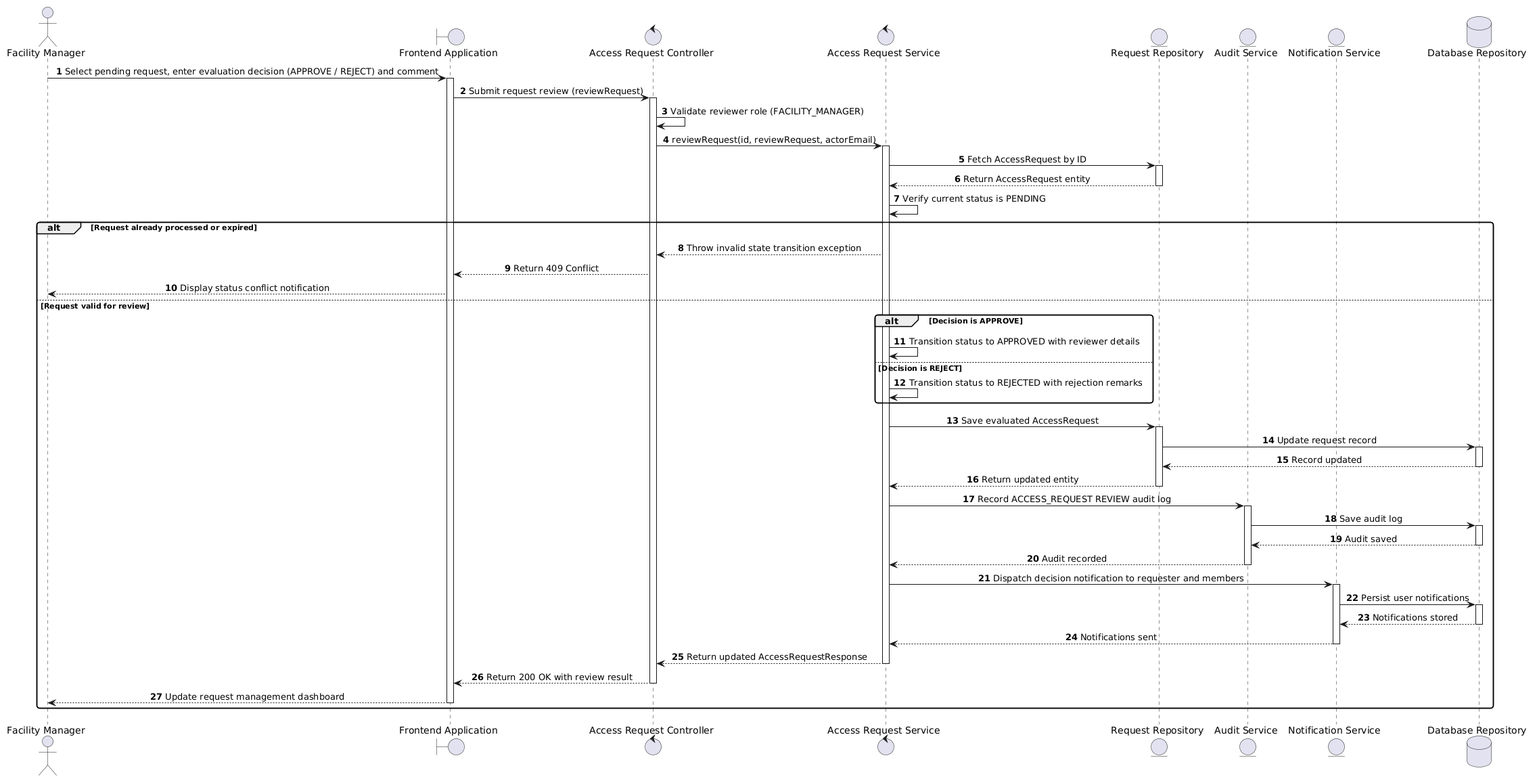
Above: docs/diagrams/seq_3.7.2.png in AnhHao2505/AI-Based-Intelligent-Campus-Security-Surveillance-System (PlantUML), before the change. Source of this version:
```plantuml
@startuml
skinparam shadowing false
skinparam monochrome false
skinparam roundcorner 8
skinparam defaultFontName Arial
skinparam sequenceMessageAlign center

autonumber

actor "Facility Manager" as FM
boundary "Frontend Application" as App
control "Access Request Controller" as Controller
control "Access Request Service" as Service
entity "Request Repository" as RequestRepo
entity "Audit Service" as Audit
entity "Notification Service" as Notif
database "Database Repository" as DB

FM -> App : Select pending request, enter evaluation decision (APPROVE / REJECT) and comment
activate App
App -> Controller : Submit request review (reviewRequest)
activate Controller

Controller -> Controller : Validate reviewer role (FACILITY_MANAGER)
Controller -> Service : reviewRequest(id, reviewRequest, actorEmail)
activate Service

Service -> RequestRepo : Fetch AccessRequest by ID
activate RequestRepo
RequestRepo --> Service : Return AccessRequest entity
deactivate RequestRepo

Service -> Service : Verify current status is PENDING
alt Request already processed or expired
    Service --> Controller : Throw invalid state transition exception
    Controller --> App : Return 409 Conflict
    App --> FM : Display status conflict notification
else Request valid for review
    alt Decision is APPROVE
        Service -> Service : Transition status to APPROVED with reviewer details
    else Decision is REJECT
        Service -> Service : Transition status to REJECTED with rejection remarks
    end

    Service -> RequestRepo : Save evaluated AccessRequest
    activate RequestRepo
    RequestRepo -> DB : Update request record
    activate DB
    DB --> RequestRepo : Record updated
    deactivate DB
    RequestRepo --> Service : Return updated entity
    deactivate RequestRepo

    Service -> Audit : Record ACCESS_REQUEST REVIEW audit log
    activate Audit
    Audit -> DB : Save audit log
    activate DB
    DB --> Audit : Audit saved
    deactivate DB
    Audit --> Service : Audit recorded
    deactivate Audit

    Service -> Notif : Dispatch decision notification to requester and members
    activate Notif
    Notif -> DB : Persist user notifications
    activate DB
    DB --> Notif : Notifications stored
    deactivate DB
    Notif --> Service : Notifications sent
    deactivate Notif

    Service --> Controller : Return updated AccessRequestResponse
    deactivate Service
    Controller --> App : Return 200 OK with review result
    deactivate Controller
    App --> FM : Update request management dashboard
    deactivate App
end
@enduml
```
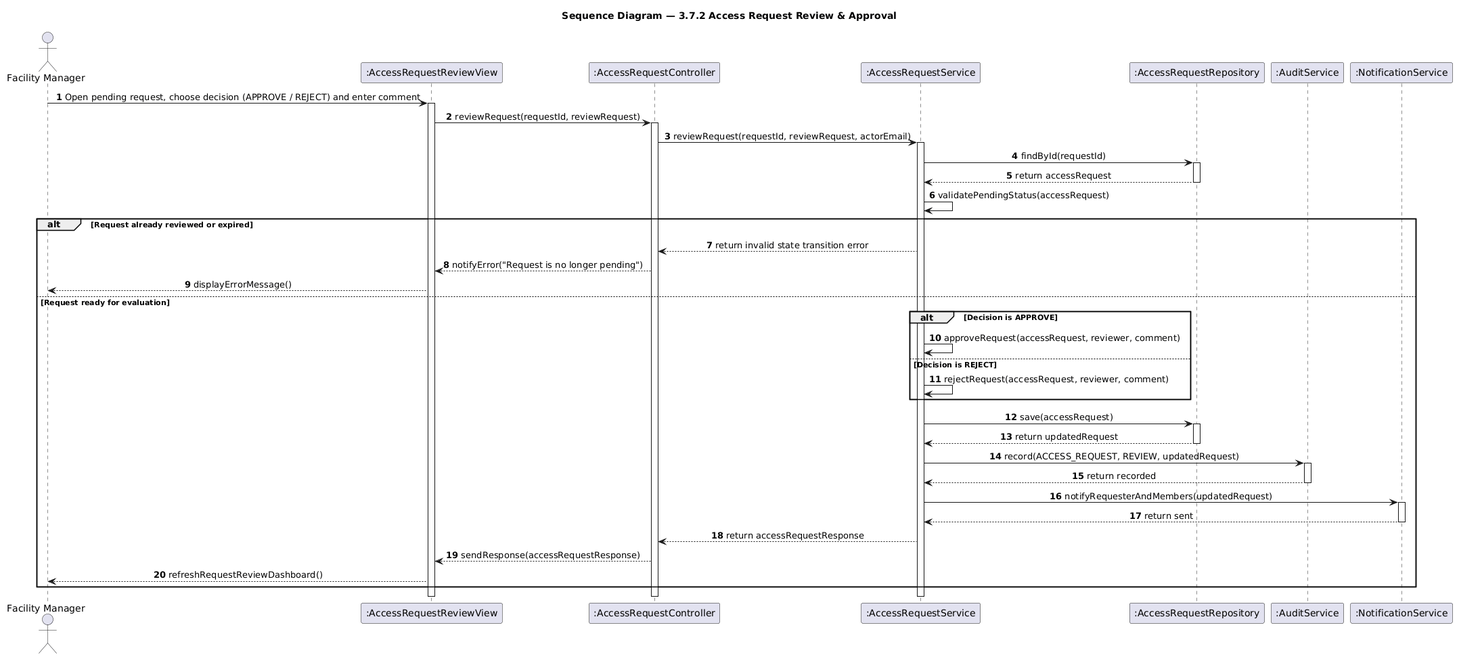
Later version of the same file.

Diff of the diagram source:
```diff
@@ -1,79 +1,59 @@
 @startuml
 skinparam shadowing false
-skinparam monochrome false
-skinparam roundcorner 8
-skinparam defaultFontName Arial
 skinparam sequenceMessageAlign center
-
 autonumber
 
+title Sequence Diagram — 3.7.2 Access Request Review & Approval
+
 actor "Facility Manager" as FM
-boundary "Frontend Application" as App
-control "Access Request Controller" as Controller
-control "Access Request Service" as Service
-entity "Request Repository" as RequestRepo
-entity "Audit Service" as Audit
-entity "Notification Service" as Notif
-database "Database Repository" as DB
+participant ":AccessRequestReviewView" as View
+participant ":AccessRequestController" as Controller
+participant ":AccessRequestService" as Service
+participant ":AccessRequestRepository" as RequestRepo
+participant ":AuditService" as Audit
+participant ":NotificationService" as Notif
 
-FM -> App : Select pending request, enter evaluation decision (APPROVE / REJECT) and comment
-activate App
-App -> Controller : Submit request review (reviewRequest)
+FM -> View : Open pending request, choose decision (APPROVE / REJECT) and enter comment
+activate View
+View -> Controller : reviewRequest(requestId, reviewRequest)
 activate Controller
-
-Controller -> Controller : Validate reviewer role (FACILITY_MANAGER)
-Controller -> Service : reviewRequest(id, reviewRequest, actorEmail)
+Controller -> Service : reviewRequest(requestId, reviewRequest, actorEmail)
 activate Service
 
-Service -> RequestRepo : Fetch AccessRequest by ID
+Service -> RequestRepo : findById(requestId)
 activate RequestRepo
-RequestRepo --> Service : Return AccessRequest entity
+RequestRepo --> Service : return accessRequest
 deactivate RequestRepo
 
-Service -> Service : Verify current status is PENDING
-alt Request already processed or expired
-    Service --> Controller : Throw invalid state transition exception
-    Controller --> App : Return 409 Conflict
-    App --> FM : Display status conflict notification
-else Request valid for review
+Service -> Service : validatePendingStatus(accessRequest)
+
+alt Request already reviewed or expired
+    Service --> Controller : return invalid state transition error
+    Controller --> View : notifyError("Request is no longer pending")
+    View --> FM : displayErrorMessage()
+else Request ready for evaluation
     alt Decision is APPROVE
-        Service -> Service : Transition status to APPROVED with reviewer details
+        Service -> Service : approveRequest(accessRequest, reviewer, comment)
     else Decision is REJECT
-        Service -> Service : Transition status to REJECTED with rejection remarks
+        Service -> Service : rejectRequest(accessRequest, reviewer, comment)
     end
-
-    Service -> RequestRepo : Save evaluated AccessRequest
+    Service -> RequestRepo : save(accessRequest)
     activate RequestRepo
-    RequestRepo -> DB : Update request record
-    activate DB
-    DB --> RequestRepo : Record updated
-    deactivate DB
-    RequestRepo --> Service : Return updated entity
+    RequestRepo --> Service : return updatedRequest
     deactivate RequestRepo
-
-    Service -> Audit : Record ACCESS_REQUEST REVIEW audit log
+    Service -> Audit : record(ACCESS_REQUEST, REVIEW, updatedRequest)
     activate Audit
-    Audit -> DB : Save audit log
-    activate DB
-    DB --> Audit : Audit saved
-    deactivate DB
-    Audit --> Service : Audit recorded
+    Audit --> Service : return recorded
     deactivate Audit
-
-    Service -> Notif : Dispatch decision notification to requester and members
+    Service -> Notif : notifyRequesterAndMembers(updatedRequest)
     activate Notif
-    Notif -> DB : Persist user notifications
-    activate DB
-    DB --> Notif : Notifications stored
-    deactivate DB
-    Notif --> Service : Notifications sent
+    Notif --> Service : return sent
     deactivate Notif
-
-    Service --> Controller : Return updated AccessRequestResponse
-    deactivate Service
-    Controller --> App : Return 200 OK with review result
-    deactivate Controller
-    App --> FM : Update request management dashboard
-    deactivate App
+    Service --> Controller : return accessRequestResponse
+    Controller --> View : sendResponse(accessRequestResponse)
+    View --> FM : refreshRequestReviewDashboard()
 end
+deactivate Service
+deactivate Controller
+deactivate View
 @enduml
```
